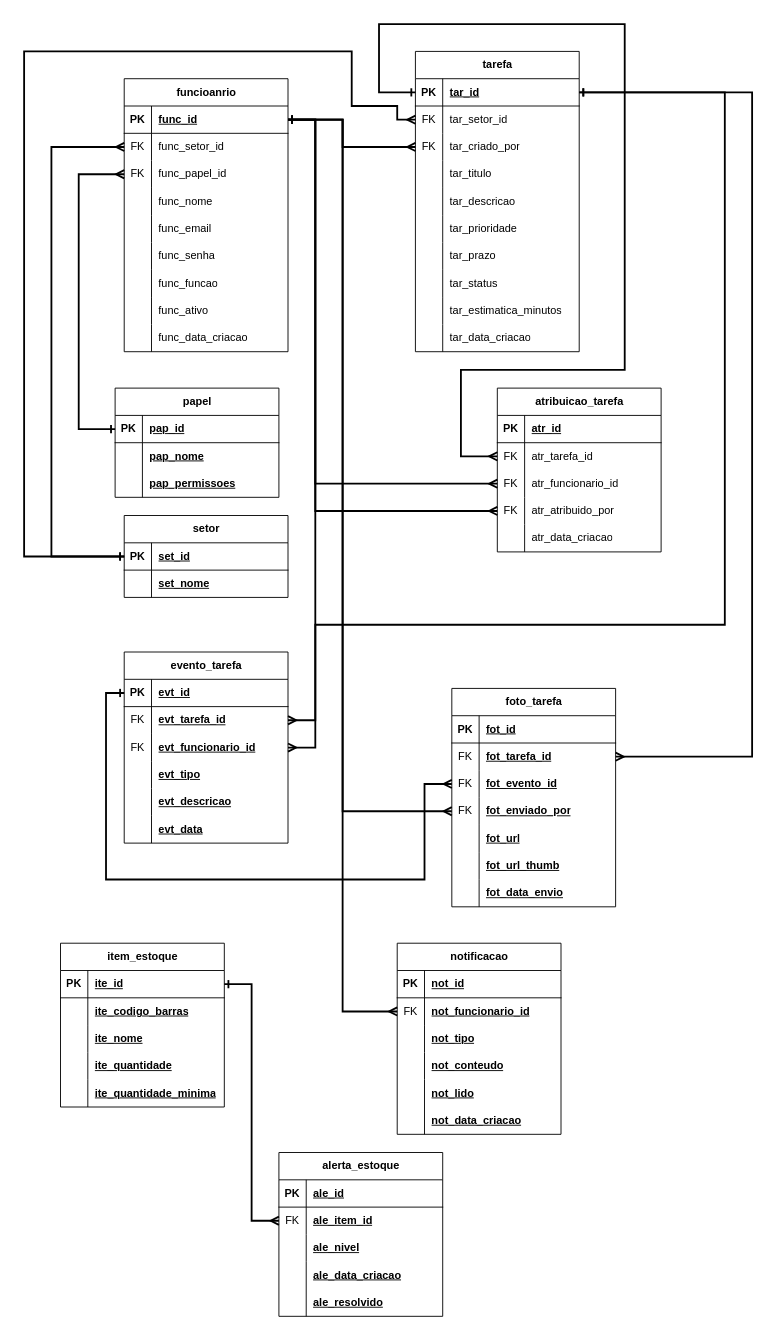
This is diagrama_Grupo_Gestao_SuperMercado.drawio from JULIOcesar353/doc-tcc-gestaoSupermercado, a draw.io file, before an edit. Source tidied: cells renumbered, new cells numbered last; positions are measured from the earlier drawing's top-left corner, leaving out a move shared by most shapes. Both pictures are drawn from the tidied source at 91%, with x=0, y=0 at pixel (24, 24).
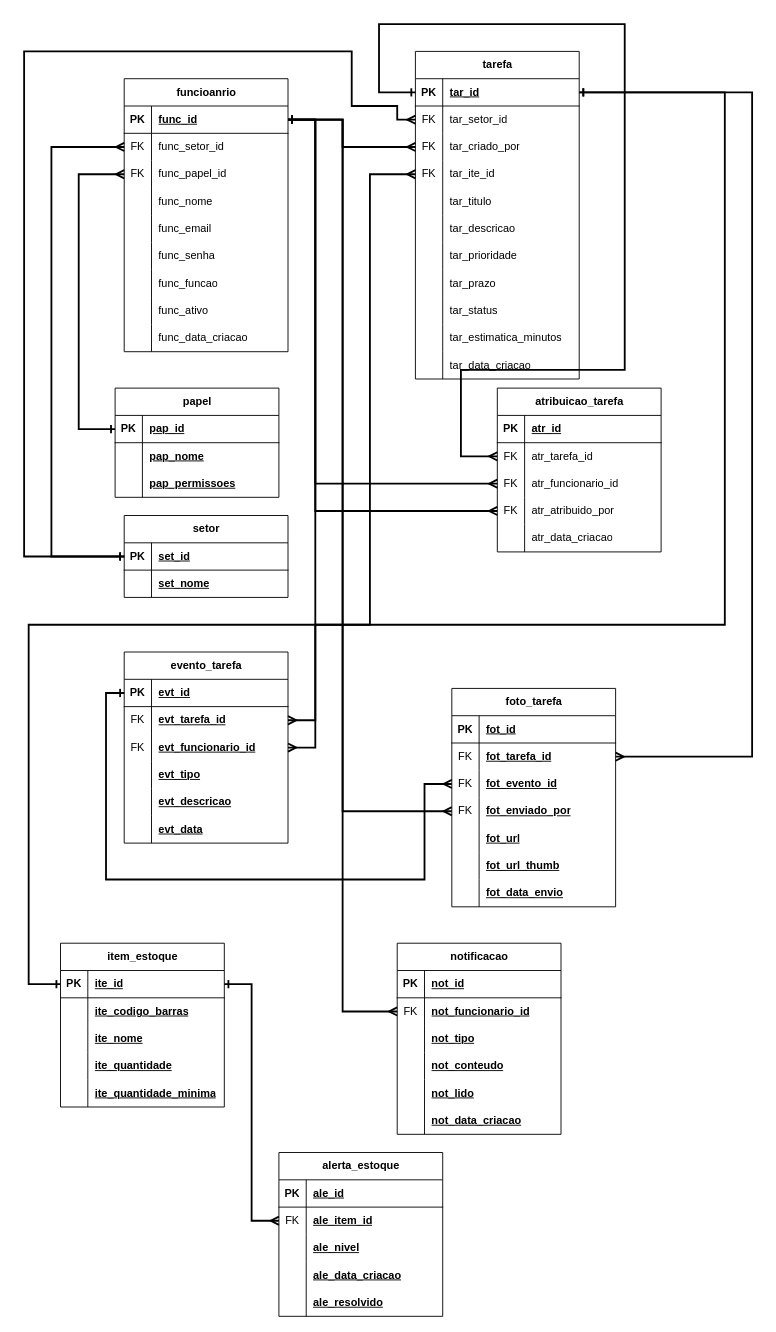
After the change.

The change refers to these unchanged cells:
```xml
<mxCell id="155" style="shape=tableRow;horizontal=0;startSize=0;swimlaneHead=0;swimlaneBody=0;fillColor=none;points=[[0,0.5],[1,0.5]];portConstraint=eastwest;top=0;left=0;right=0;bottom=1;" parent="154" vertex="1">
  <mxGeometry y="30" width="180" height="30" as="geometry" />
</mxCell>
```

Diff of the diagram source:
```diff
@@
     <mxCell id="47" value="tarefa" style="shape=table;startSize=30;childLayout=tableLayout;rowLines=0;fontStyle=1;align=center;html=1;" parent="1" vertex="1">
-      <mxGeometry x="430" y="30" width="180" height="330" as="geometry" />
+      <mxGeometry x="430" y="30" width="180" height="360" as="geometry" />
     </mxCell>
@@
+    <mxCell id="200" style="shape=tableRow;horizontal=0;startSize=0;swimlaneHead=0;swimlaneBody=0;fillColor=none;points=[[0,0.5],[1,0.5]];portConstraint=eastwest;top=0;left=0;right=0;bottom=0;" parent="47" vertex="1">
+      <mxGeometry y="120" width="180" height="30" as="geometry" />
+    </mxCell>
+    <mxCell id="201" value="FK" style="shape=partialRectangle;fillColor=none;top=0;left=0;bottom=0;right=0;overflow=hidden;whiteSpace=wrap;html=1;" parent="200" vertex="1">
+      <mxGeometry width="30" height="30" as="geometry" />
+    </mxCell>
+    <mxCell id="202" value="tar_ite_id" style="shape=partialRectangle;fillColor=none;top=0;left=0;bottom=0;right=0;align=left;spacingLeft=6;overflow=hidden;whiteSpace=wrap;html=1;" parent="200" vertex="1">
+      <mxGeometry x="30" width="150" height="30" as="geometry" />
+    </mxCell>
     <mxCell id="57" style="shape=tableRow;horizontal=0;startSize=0;swimlaneHead=0;swimlaneBody=0;fillColor=none;top=0;left=0;right=0;bottom=0;" parent="47" vertex="1">
-      <mxGeometry y="120" width="180" height="30" as="geometry" />
+      <mxGeometry y="150" width="180" height="30" as="geometry" />
     </mxCell>
@@
     <mxCell id="60" style="shape=tableRow;horizontal=0;startSize=0;swimlaneHead=0;swimlaneBody=0;fillColor=none;top=0;left=0;right=0;bottom=0;" parent="47" vertex="1">
-      <mxGeometry y="150" width="180" height="30" as="geometry" />
+      <mxGeometry y="180" width="180" height="30" as="geometry" />
     </mxCell>
@@
     <mxCell id="63" style="shape=tableRow;horizontal=0;startSize=0;swimlaneHead=0;swimlaneBody=0;fillColor=none;top=0;left=0;right=0;bottom=0;" parent="47" vertex="1">
-      <mxGeometry y="180" width="180" height="30" as="geometry" />
+      <mxGeometry y="210" width="180" height="30" as="geometry" />
     </mxCell>
@@
     <mxCell id="66" style="shape=tableRow;horizontal=0;startSize=0;swimlaneHead=0;swimlaneBody=0;fillColor=none;top=0;left=0;right=0;bottom=0;" parent="47" vertex="1">
-      <mxGeometry y="210" width="180" height="30" as="geometry" />
+      <mxGeometry y="240" width="180" height="30" as="geometry" />
     </mxCell>
@@
     <mxCell id="69" style="shape=tableRow;horizontal=0;startSize=0;swimlaneHead=0;swimlaneBody=0;fillColor=none;top=0;left=0;right=0;bottom=0;" parent="47" vertex="1">
-      <mxGeometry y="240" width="180" height="30" as="geometry" />
+      <mxGeometry y="270" width="180" height="30" as="geometry" />
     </mxCell>
@@
     <mxCell id="72" style="shape=tableRow;horizontal=0;startSize=0;swimlaneHead=0;swimlaneBody=0;fillColor=none;top=0;left=0;right=0;bottom=0;" parent="47" vertex="1">
-      <mxGeometry y="270" width="180" height="30" as="geometry" />
+      <mxGeometry y="300" width="180" height="30" as="geometry" />
     </mxCell>
@@
     <mxCell id="75" style="shape=tableRow;horizontal=0;startSize=0;swimlaneHead=0;swimlaneBody=0;fillColor=none;top=0;left=0;right=0;bottom=0;" parent="47" vertex="1">
-      <mxGeometry y="300" width="180" height="30" as="geometry" />
+      <mxGeometry y="330" width="180" height="30" as="geometry" />
     </mxCell>
@@
+    <mxCell id="203" style="endArrow=ERone;html=1;rounded=0;startArrow=ERmany;startFill=0;endFill=0;strokeWidth=2;exitX=0;exitY=0.5;exitDx=0;exitDy=0;edgeStyle=orthogonalEdgeStyle;elbow=vertical;" parent="1" edge="1" source="200" target="155">
+      <mxGeometry relative="1" as="geometry">
+        <Array as="points">
+          <mxPoint x="380" y="165" />
+          <mxPoint x="380" y="660" />
+          <mxPoint x="5" y="660" />
+          <mxPoint x="5" y="1055" />
+        </Array>
+      </mxGeometry>
+    </mxCell>
```
